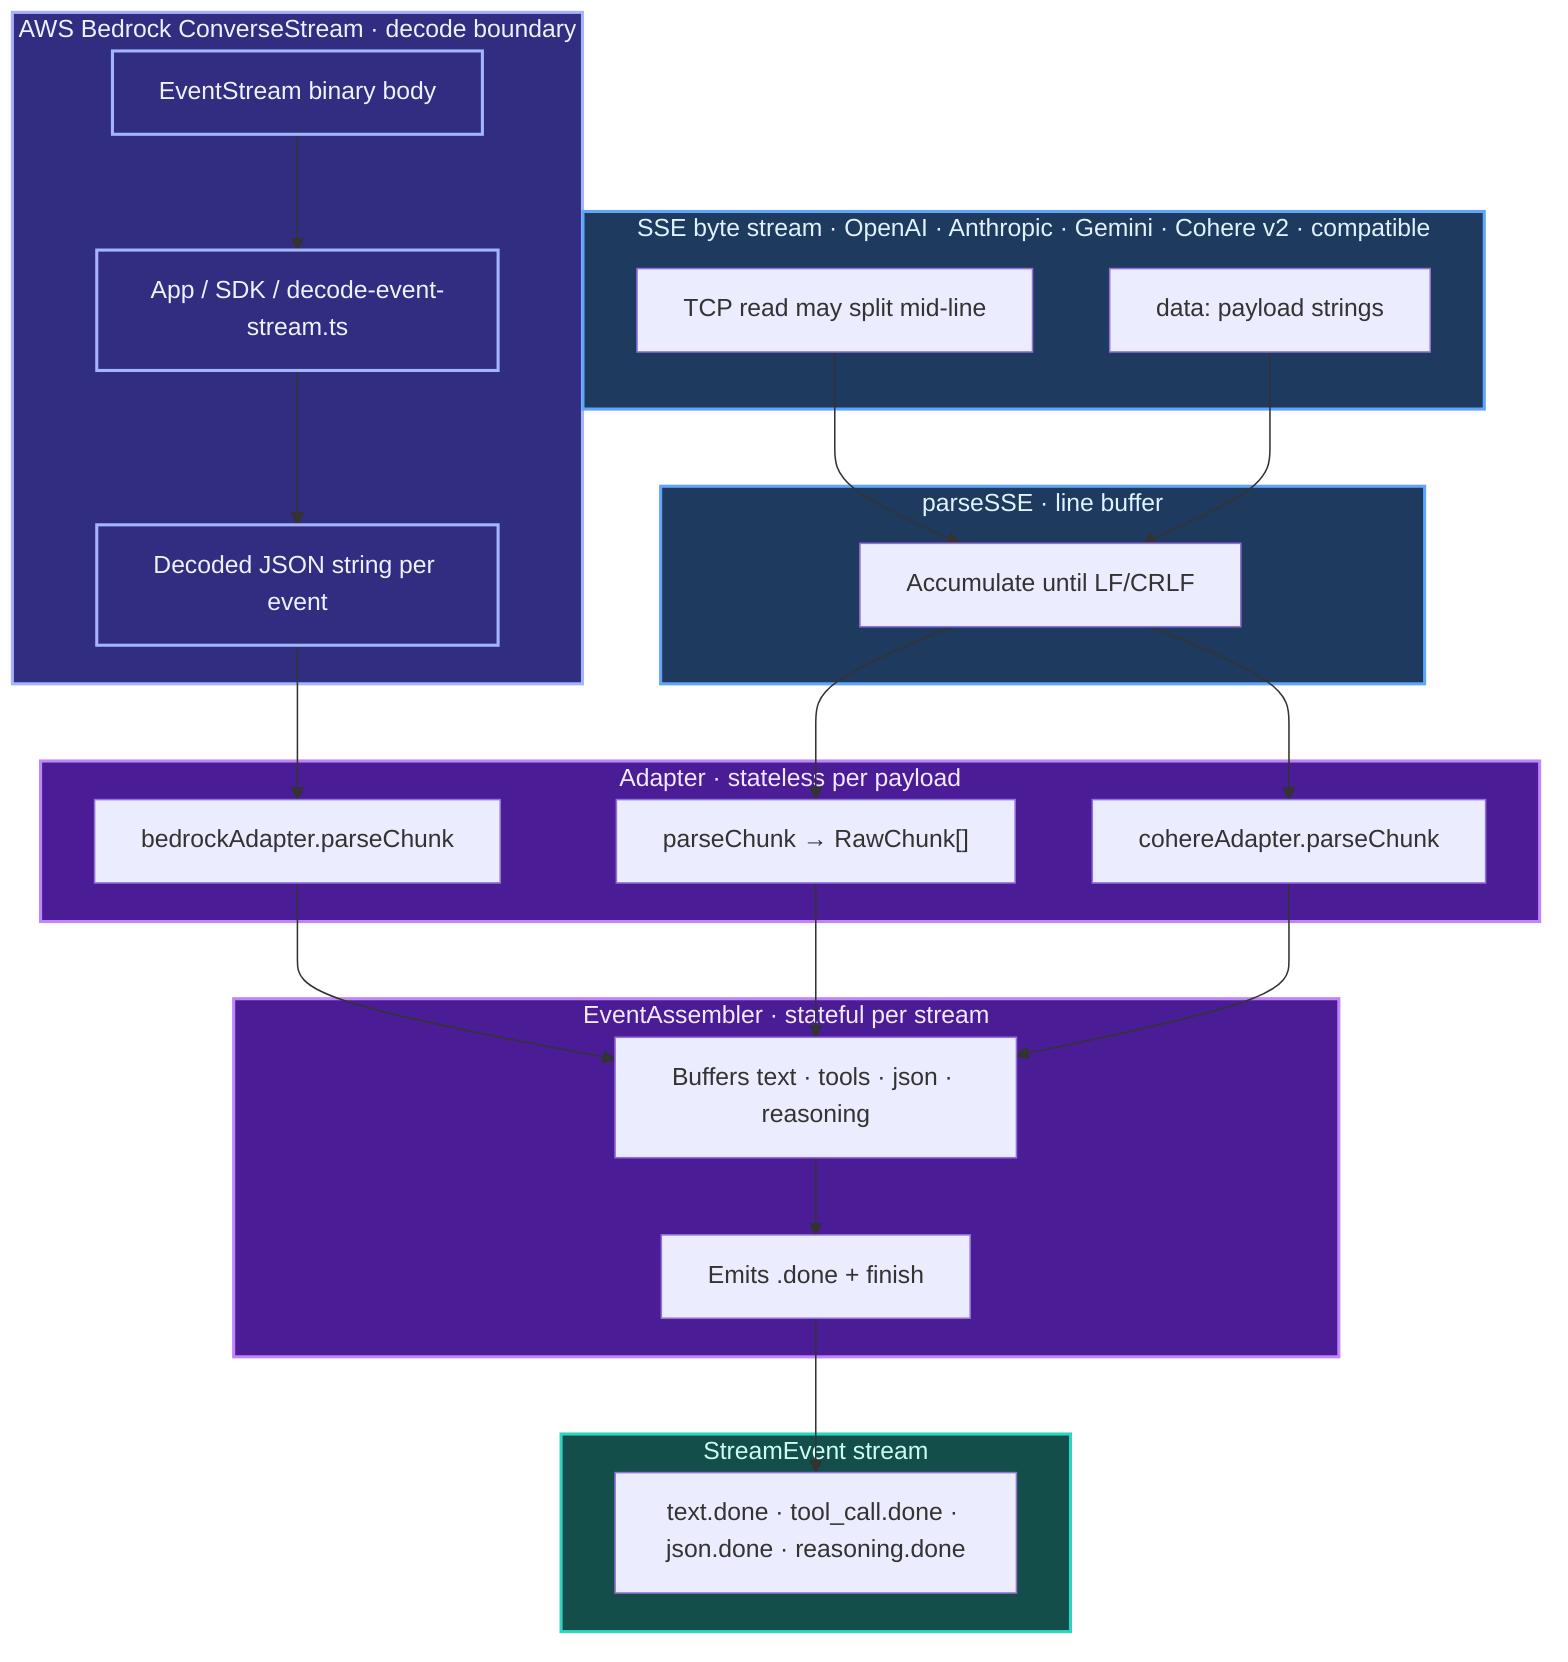
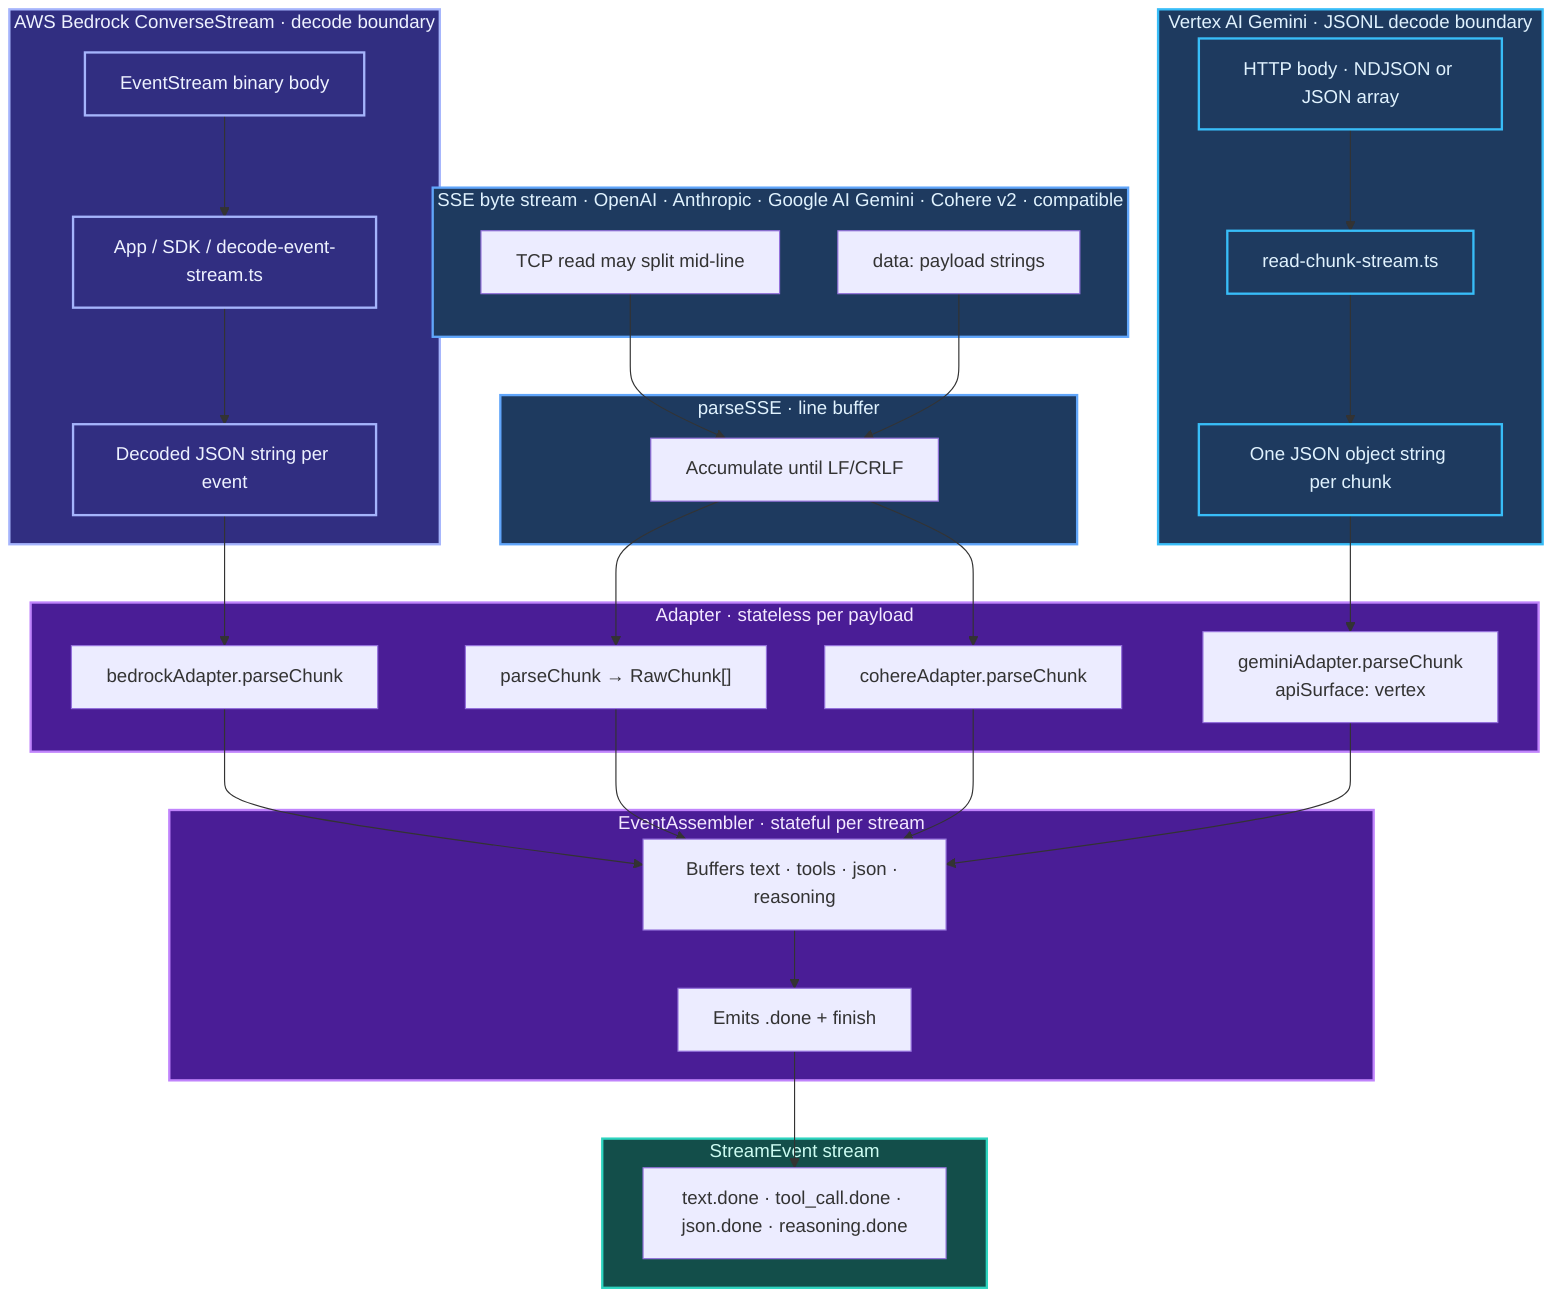
flowchart TB
- 	subgraph IN_SSE["SSE byte stream · OpenAI · Anthropic · Gemini · Cohere v2 · compatible"]
+ 	subgraph IN_VERTEX["Vertex AI Gemini · JSONL decode boundary"]
+ 		VX["HTTP body · NDJSON or JSON array"]
+ 		VSPLIT["read-chunk-stream.ts"]
+ 		VLINE["One JSON object string per chunk"]
+ 		VX --> VSPLIT --> VLINE
+ 	end
+ 
+ 	subgraph IN_SSE["SSE byte stream · OpenAI · Anthropic · Google AI Gemini · Cohere v2 · compatible"]
		C1["TCP read may split mid-line"]
		C2["data: payload strings"]
	end

	subgraph IN_BEDROCK["AWS Bedrock ConverseStream · decode boundary"]
		ES["EventStream binary body"]
		DEC["App / SDK / decode-event-stream.ts"]
		JL["Decoded JSON string per event"]
		ES --> DEC --> JL
	end

	subgraph PARSE["parseSSE · line buffer"]
		LB["Accumulate until LF/CRLF"]
	end

	subgraph ADAPTER["Adapter · stateless per payload"]
		PC["parseChunk → RawChunk[]"]
		BA["bedrockAdapter.parseChunk"]
		CA["cohereAdapter.parseChunk"]
+ 		GEM["geminiAdapter.parseChunk<br/>apiSurface: vertex"]
	end

	subgraph CORE["EventAssembler · stateful per stream"]
		BUF["Buffers text · tools · json · reasoning"]
		DONE["Emits .done + finish"]
	end

	subgraph OUT["StreamEvent stream"]
		EV["text.done · tool_call.done · json.done · reasoning.done"]
	end

	C1 --> LB
	C2 --> LB
	LB --> PC
	LB --> CA
	JL --> BA
+ 	VLINE --> GEM
	PC --> BUF
	BA --> BUF
	CA --> BUF
+ 	GEM --> BUF
	BUF --> DONE
	DONE --> EV

	classDef in fill:#1e3a5f,stroke:#60a5fa,stroke-width:2px,color:#e0f2fe
	classDef bedrock fill:#312e81,stroke:#a5b4fc,stroke-width:2px,color:#eef2ff
+ 	classDef vertex fill:#1e3a5f,stroke:#38bdf8,stroke-width:2px,color:#e0f2fe
	classDef mid fill:#4a1d96,stroke:#c084fc,stroke-width:2px,color:#f3e8ff
	classDef out fill:#134e4a,stroke:#2dd4bf,stroke-width:2px,color:#ccfbf1

	class IN_SSE,PARSE in
	class IN_BEDROCK,ES,DEC,JL bedrock
+ 	class IN_VERTEX,VX,VSPLIT,VLINE vertex
	class ADAPTER,CORE mid
	class OUT out
